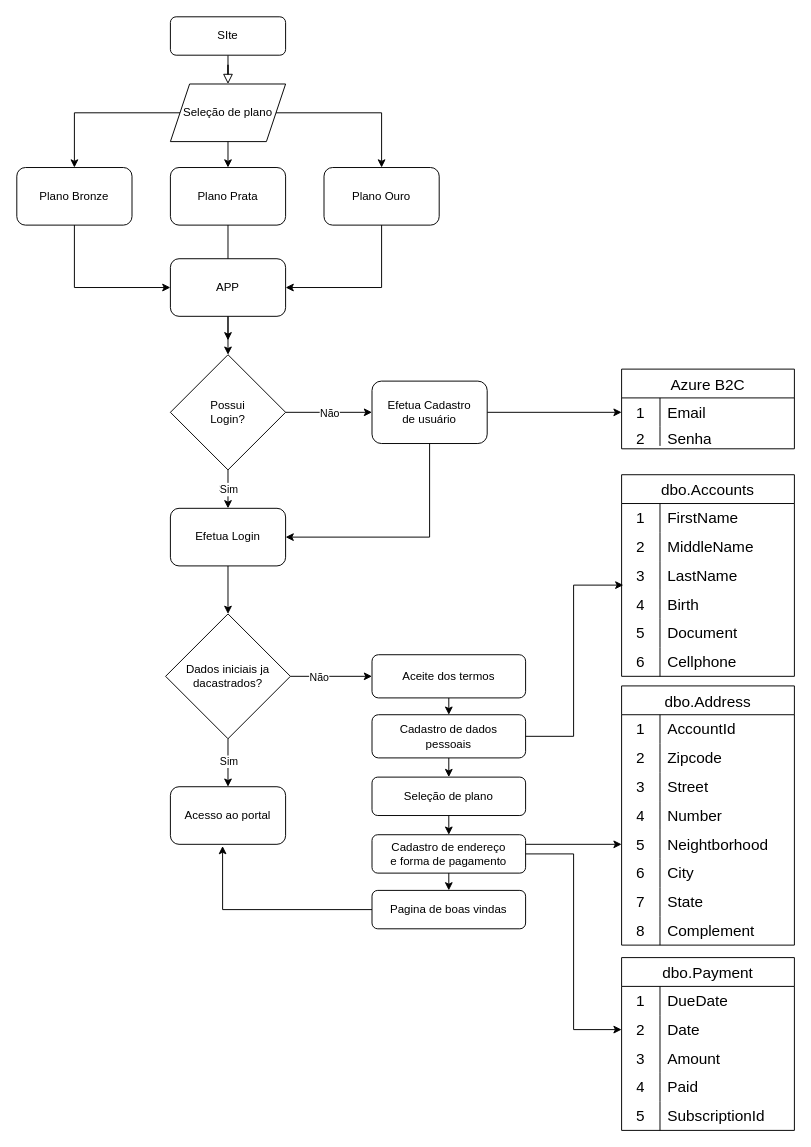
Above: GuardaDigitalLogin.drawio in Leonardocasilva/TestApi (draw.io), before the change. Source tidied: cells renumbered, new cells numbered last; positions are measured from the earlier drawing's top-left corner, leaving out a move shared by most shapes. Both pictures are drawn from the tidied source at 96%, with x=0, y=0 at pixel (16, 16).
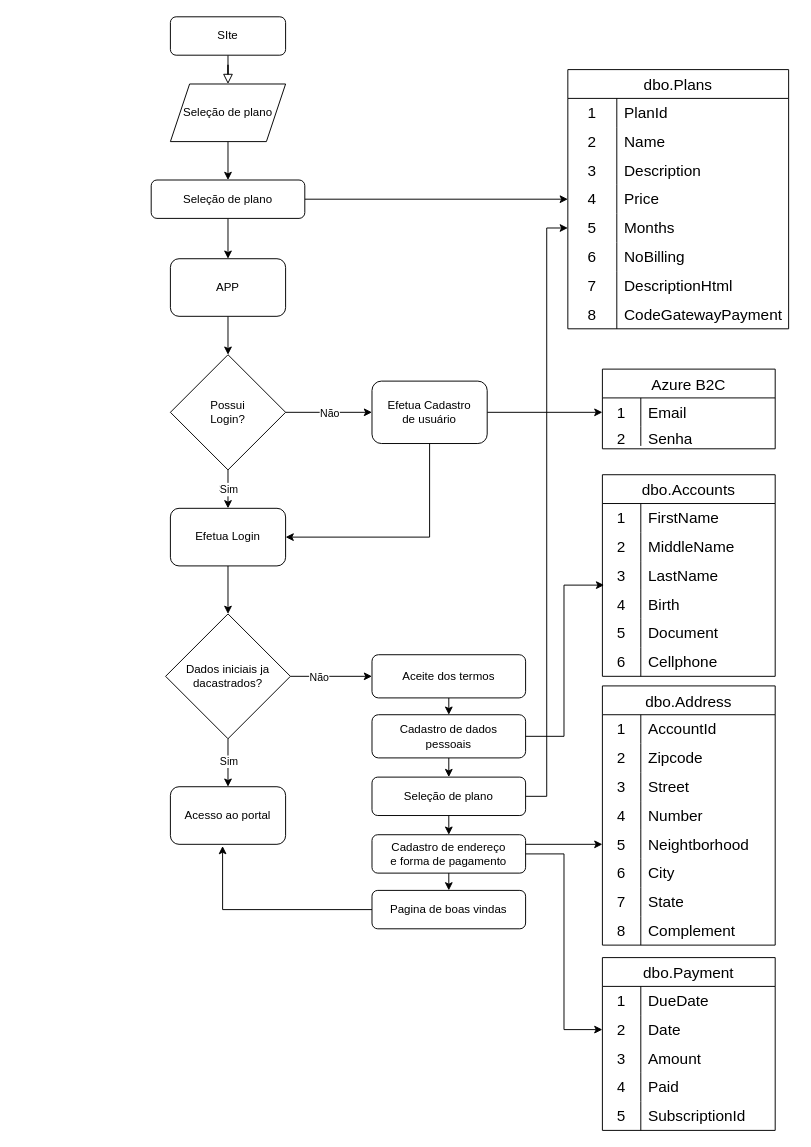
The same diagram, later.

Unchanged cells that the change refers to:
```xml
<mxCell id="4" value="Seleção de plano" style="shape=parallelogram;perimeter=parallelogramPerimeter;whiteSpace=wrap;html=1;fixedSize=1;" parent="1" vertex="1">
  <mxGeometry x="160" y="70" width="120" height="60" as="geometry" />
</mxCell>
<mxCell id="15" value="APP" style="rounded=1;whiteSpace=wrap;html=1;" parent="1" vertex="1">
  <mxGeometry x="160" y="252" width="120" height="60" as="geometry" />
</mxCell>
<mxCell id="66" value="Seleção de plano" style="rounded=1;whiteSpace=wrap;html=1;" parent="1" vertex="1">
  <mxGeometry x="370" y="792" width="160" height="40" as="geometry" />
</mxCell>
```

The edit, as a diff of the source:
```diff
@@
+    <mxCell id="115" style="edgeStyle=orthogonalEdgeStyle;rounded=0;jettySize=auto;html=1;exitX=0.5;exitY=1;exitDx=0;exitDy=0;entryX=0.5;entryY=0;entryDx=0;entryDy=0;" parent="1" edge="1" source="4" target="119">
+      <mxGeometry relative="1" as="geometry" />
+    </mxCell>
@@
-    <mxCell id="5" style="endArrow=classic;html=1;rounded=0;entryX=0.5;entryY=0;entryDx=0;entryDy=0;exitX=0;exitY=0.5;exitDx=0;exitDy=0;" parent="1" edge="1" source="4" target="9">
-      <mxGeometry relative="1" as="geometry">
-        <Array as="points">
-          <mxPoint x="60" y="100" />
-        </Array>
-      </mxGeometry>
-    </mxCell>
-    <mxCell id="6" style="endArrow=classic;html=1;rounded=0;entryX=0.5;entryY=0;entryDx=0;entryDy=0;" parent="1" edge="1" target="8">
-      <mxGeometry relative="1" as="geometry">
-        <mxPoint x="220" y="130" as="sourcePoint" />
-      </mxGeometry>
-    </mxCell>
-    <mxCell id="7" style="endArrow=classic;html=1;rounded=0;entryX=0.5;entryY=0;entryDx=0;entryDy=0;exitX=1;exitY=0.5;exitDx=0;exitDy=0;" parent="1" edge="1" source="4" target="10">
-      <mxGeometry relative="1" as="geometry">
-        <Array as="points">
-          <mxPoint x="380" y="100" />
-        </Array>
-      </mxGeometry>
-    </mxCell>
-    <mxCell id="8" value="Plano Prata" style="rounded=1;whiteSpace=wrap;html=1;" parent="1" vertex="1">
-      <mxGeometry x="160" y="157" width="120" height="60" as="geometry" />
-    </mxCell>
-    <mxCell id="9" value="Plano Bronze" style="rounded=1;whiteSpace=wrap;html=1;" parent="1" vertex="1">
-      <mxGeometry y="157" width="120" height="60" as="geometry" />
-    </mxCell>
-    <mxCell id="10" value="Plano Ouro" style="rounded=1;whiteSpace=wrap;html=1;" parent="1" vertex="1">
-      <mxGeometry x="320" y="157" width="120" height="60" as="geometry" />
-    </mxCell>
-    <mxCell id="11" style="endArrow=classic;html=1;rounded=0;" parent="1" edge="1">
-      <mxGeometry relative="1" as="geometry">
-        <mxPoint x="220" y="217" as="sourcePoint" />
-        <mxPoint x="220" y="337" as="targetPoint" />
-      </mxGeometry>
-    </mxCell>
-    <mxCell id="12" style="endArrow=classic;html=1;rounded=0;entryX=1;entryY=0.5;entryDx=0;entryDy=0;" parent="1" edge="1" target="15">
-      <mxGeometry relative="1" as="geometry">
-        <mxPoint x="380" y="217" as="sourcePoint" />
-        <Array as="points">
-          <mxPoint x="380" y="282" />
-        </Array>
-      </mxGeometry>
-    </mxCell>
-    <mxCell id="13" style="endArrow=classic;html=1;rounded=0;entryX=0;entryY=0.5;entryDx=0;entryDy=0;" parent="1" edge="1" target="15">
-      <mxGeometry relative="1" as="geometry">
-        <mxPoint x="60" y="217" as="sourcePoint" />
-        <Array as="points">
-          <mxPoint x="60" y="282" />
-        </Array>
-      </mxGeometry>
-    </mxCell>
@@
     <mxCell id="31" value="Azure B2C" style="shape=table;startSize=30;childLayout=tableLayout;rowLines=0;fontStyle=0;strokeColor=default;fontSize=16;" parent="1" vertex="1">
-      <mxGeometry x="630" y="367" width="180" height="83" as="geometry" />
+      <mxGeometry x="610" y="367" width="180" height="83" as="geometry" />
     </mxCell>
@@
     <mxCell id="43" value="dbo.Accounts" style="shape=table;startSize=30;childLayout=tableLayout;rowLines=0;fontStyle=0;strokeColor=default;fontSize=16;" parent="1" vertex="1">
-      <mxGeometry x="630" y="477" width="180" height="210" as="geometry" />
+      <mxGeometry x="610" y="477" width="180" height="210" as="geometry" />
     </mxCell>
@@
+    <mxCell id="116" style="edgeStyle=orthogonalEdgeStyle;rounded=0;jettySize=auto;html=1;exitX=1;exitY=0.5;exitDx=0;exitDy=0;entryX=0;entryY=0.5;entryDx=0;entryDy=0;" parent="1" edge="1" source="66" target="133">
+      <mxGeometry relative="1" as="geometry" />
+    </mxCell>
@@
     <mxCell id="71" value="dbo.Address" style="shape=table;startSize=30;childLayout=tableLayout;rowLines=0;fontStyle=0;strokeColor=default;fontSize=16;" parent="1" vertex="1">
-      <mxGeometry x="630" y="697" width="180" height="270" as="geometry" />
+      <mxGeometry x="610" y="697" width="180" height="270" as="geometry" />
     </mxCell>
@@
     <mxCell id="96" value="dbo.Payment" style="shape=table;startSize=30;childLayout=tableLayout;rowLines=0;fontStyle=0;strokeColor=default;fontSize=16;" parent="1" vertex="1">
-      <mxGeometry x="630" y="980" width="180" height="180" as="geometry" />
+      <mxGeometry x="610" y="980" width="180" height="180" as="geometry" />
     </mxCell>
@@
+    <mxCell id="117" style="edgeStyle=orthogonalEdgeStyle;rounded=0;jettySize=auto;html=1;exitX=0.5;exitY=1;exitDx=0;exitDy=0;entryX=0.5;entryY=0;entryDx=0;entryDy=0;" parent="1" edge="1" source="119" target="15">
+      <mxGeometry relative="1" as="geometry" />
+    </mxCell>
+    <mxCell id="118" style="edgeStyle=orthogonalEdgeStyle;rounded=0;jettySize=auto;html=1;exitX=1;exitY=0.5;exitDx=0;exitDy=0;entryX=0;entryY=0.5;entryDx=0;entryDy=0;" parent="1" edge="1" source="119" target="130">
+      <mxGeometry relative="1" as="geometry" />
+    </mxCell>
+    <mxCell id="119" value="Seleção de plano" style="rounded=1;whiteSpace=wrap;html=1;" parent="1" vertex="1">
+      <mxGeometry x="140" y="170" width="160" height="40" as="geometry" />
+    </mxCell>
+    <mxCell id="120" value="dbo.Plans" style="shape=table;startSize=30;childLayout=tableLayout;rowLines=0;fontStyle=0;strokeColor=default;fontSize=16;" parent="1" vertex="1">
+      <mxGeometry x="574" y="55" width="230" height="270" as="geometry" />
+    </mxCell>
+    <mxCell id="121" style="shape=tableRow;horizontal=0;startSize=0;swimlaneHead=0;swimlaneBody=0;top=0;left=0;bottom=0;right=0;fillColor=none;strokeColor=inherit;fontSize=16;" parent="120" vertex="1">
+      <mxGeometry y="30" width="230" height="30" as="geometry" />
+    </mxCell>
+    <mxCell id="122" value="1" style="shape=partialRectangle;html=1;whiteSpace=wrap;fillColor=none;top=0;left=0;bottom=0;right=0;overflow=hidden;strokeColor=inherit;fontSize=16;" parent="121" vertex="1">
+      <mxGeometry width="51" height="30" as="geometry" />
+    </mxCell>
+    <mxCell id="123" value="PlanId" style="shape=partialRectangle;html=1;whiteSpace=wrap;fillColor=none;top=0;left=0;bottom=0;right=0;align=left;spacingLeft=6;overflow=hidden;strokeColor=inherit;fontSize=16;" parent="121" vertex="1">
+      <mxGeometry x="51" width="179" height="30" as="geometry" />
+    </mxCell>
+    <mxCell id="124" style="shape=tableRow;horizontal=0;startSize=0;swimlaneHead=0;swimlaneBody=0;top=0;left=0;bottom=0;right=0;fillColor=none;strokeColor=inherit;fontSize=16;" parent="120" vertex="1">
+      <mxGeometry y="60" width="230" height="30" as="geometry" />
+    </mxCell>
+    <mxCell id="125" value="2" style="shape=partialRectangle;html=1;whiteSpace=wrap;fillColor=none;top=0;left=0;bottom=0;right=0;overflow=hidden;strokeColor=inherit;fontSize=16;" parent="124" vertex="1">
+      <mxGeometry width="51" height="30" as="geometry" />
+    </mxCell>
+    <mxCell id="126" value="Name" style="shape=partialRectangle;html=1;whiteSpace=wrap;fillColor=none;top=0;left=0;bottom=0;right=0;align=left;spacingLeft=6;overflow=hidden;strokeColor=inherit;fontSize=16;" parent="124" vertex="1">
+      <mxGeometry x="51" width="179" height="30" as="geometry" />
+    </mxCell>
+    <mxCell id="127" style="shape=tableRow;horizontal=0;startSize=0;swimlaneHead=0;swimlaneBody=0;top=0;left=0;bottom=0;right=0;fillColor=none;strokeColor=inherit;fontSize=16;" parent="120" vertex="1">
+      <mxGeometry y="90" width="230" height="30" as="geometry" />
+    </mxCell>
+    <mxCell id="128" value="3" style="shape=partialRectangle;html=1;whiteSpace=wrap;fillColor=none;top=0;left=0;bottom=0;right=0;overflow=hidden;strokeColor=inherit;fontSize=16;" parent="127" vertex="1">
+      <mxGeometry width="51" height="30" as="geometry" />
+    </mxCell>
+    <mxCell id="129" value="Description" style="shape=partialRectangle;html=1;whiteSpace=wrap;fillColor=none;top=0;left=0;bottom=0;right=0;align=left;spacingLeft=6;overflow=hidden;strokeColor=inherit;fontSize=16;" parent="127" vertex="1">
+      <mxGeometry x="51" width="179" height="30" as="geometry" />
+    </mxCell>
+    <mxCell id="130" style="shape=tableRow;horizontal=0;startSize=0;swimlaneHead=0;swimlaneBody=0;top=0;left=0;bottom=0;right=0;fillColor=none;points=[[0,0.5],[1,0.5]];portConstraint=eastwest;strokeColor=inherit;fontSize=16;" parent="120" vertex="1">
+      <mxGeometry y="120" width="230" height="30" as="geometry" />
+    </mxCell>
+    <mxCell id="131" value="4" style="shape=partialRectangle;html=1;whiteSpace=wrap;fillColor=none;top=0;left=0;bottom=0;right=0;overflow=hidden;strokeColor=inherit;fontSize=16;" parent="130" vertex="1">
+      <mxGeometry width="51" height="30" as="geometry" />
+    </mxCell>
+    <mxCell id="132" value="Price" style="shape=partialRectangle;html=1;whiteSpace=wrap;fillColor=none;top=0;left=0;bottom=0;right=0;align=left;spacingLeft=6;overflow=hidden;strokeColor=inherit;fontSize=16;" parent="130" vertex="1">
+      <mxGeometry x="51" width="179" height="30" as="geometry" />
+    </mxCell>
+    <mxCell id="133" style="shape=tableRow;horizontal=0;startSize=0;swimlaneHead=0;swimlaneBody=0;top=0;left=0;bottom=0;right=0;fillColor=none;points=[[0,0.5],[1,0.5]];portConstraint=eastwest;strokeColor=inherit;fontSize=16;" parent="120" vertex="1">
+      <mxGeometry y="150" width="230" height="30" as="geometry" />
+    </mxCell>
+    <mxCell id="134" value="5" style="shape=partialRectangle;html=1;whiteSpace=wrap;fillColor=none;top=0;left=0;bottom=0;right=0;overflow=hidden;strokeColor=inherit;fontSize=16;" parent="133" vertex="1">
+      <mxGeometry width="51" height="30" as="geometry" />
+    </mxCell>
+    <mxCell id="135" value="Months" style="shape=partialRectangle;html=1;whiteSpace=wrap;fillColor=none;top=0;left=0;bottom=0;right=0;align=left;spacingLeft=6;overflow=hidden;strokeColor=inherit;fontSize=16;" parent="133" vertex="1">
+      <mxGeometry x="51" width="179" height="30" as="geometry" />
+    </mxCell>
+    <mxCell id="136" style="shape=tableRow;horizontal=0;startSize=0;swimlaneHead=0;swimlaneBody=0;top=0;left=0;bottom=0;right=0;fillColor=none;strokeColor=inherit;fontSize=16;" parent="120" vertex="1">
+      <mxGeometry y="180" width="230" height="30" as="geometry" />
+    </mxCell>
+    <mxCell id="137" value="6" style="shape=partialRectangle;html=1;whiteSpace=wrap;fillColor=none;top=0;left=0;bottom=0;right=0;overflow=hidden;strokeColor=inherit;fontSize=16;" parent="136" vertex="1">
+      <mxGeometry width="51" height="30" as="geometry" />
+    </mxCell>
+    <mxCell id="138" value="NoBilling" style="shape=partialRectangle;html=1;whiteSpace=wrap;fillColor=none;top=0;left=0;bottom=0;right=0;align=left;spacingLeft=6;overflow=hidden;strokeColor=inherit;fontSize=16;" parent="136" vertex="1">
+      <mxGeometry x="51" width="179" height="30" as="geometry" />
+    </mxCell>
+    <mxCell id="139" style="shape=tableRow;horizontal=0;startSize=0;swimlaneHead=0;swimlaneBody=0;top=0;left=0;bottom=0;right=0;fillColor=none;strokeColor=inherit;fontSize=16;" parent="120" vertex="1">
+      <mxGeometry y="210" width="230" height="30" as="geometry" />
+    </mxCell>
+    <mxCell id="140" value="7" style="shape=partialRectangle;html=1;whiteSpace=wrap;fillColor=none;top=0;left=0;bottom=0;right=0;overflow=hidden;strokeColor=inherit;fontSize=16;" parent="139" vertex="1">
+      <mxGeometry width="51" height="30" as="geometry" />
+    </mxCell>
+    <mxCell id="141" value="DescriptionHtml" style="shape=partialRectangle;html=1;whiteSpace=wrap;fillColor=none;top=0;left=0;bottom=0;right=0;align=left;spacingLeft=6;overflow=hidden;strokeColor=inherit;fontSize=16;" parent="139" vertex="1">
+      <mxGeometry x="51" width="179" height="30" as="geometry" />
+    </mxCell>
+    <mxCell id="142" style="shape=tableRow;horizontal=0;startSize=0;swimlaneHead=0;swimlaneBody=0;top=0;left=0;bottom=0;right=0;fillColor=none;strokeColor=inherit;fontSize=16;" parent="120" vertex="1">
+      <mxGeometry y="240" width="230" height="30" as="geometry" />
+    </mxCell>
+    <mxCell id="143" value="8" style="shape=partialRectangle;html=1;whiteSpace=wrap;fillColor=none;top=0;left=0;bottom=0;right=0;overflow=hidden;strokeColor=inherit;fontSize=16;" parent="142" vertex="1">
+      <mxGeometry width="51" height="30" as="geometry" />
+    </mxCell>
+    <mxCell id="144" value="CodeGatewayPayment" style="shape=partialRectangle;html=1;whiteSpace=wrap;fillColor=none;top=0;left=0;bottom=0;right=0;align=left;spacingLeft=6;overflow=hidden;strokeColor=inherit;fontSize=16;" parent="142" vertex="1">
+      <mxGeometry x="51" width="179" height="30" as="geometry" />
+    </mxCell>
```
